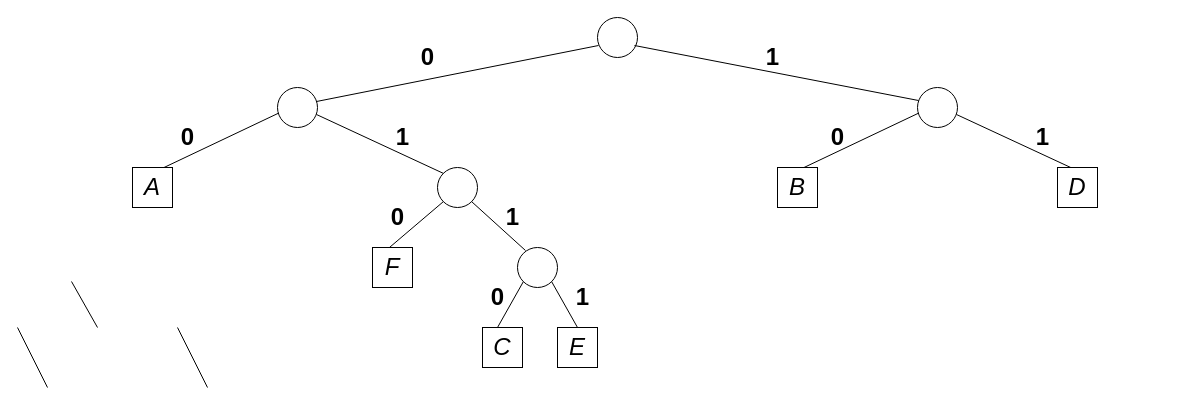
ppoblete/AED keeps this draw.io diagram as prefix-free.drawio. Above is the earlier version. Source tidied: cells renumbered, new cells numbered last; positions are measured from the earlier drawing's top-left corner, leaving out a move shared by most shapes. Both pictures are drawn from the tidied source at 100%, with x=0, y=0 at pixel (17, 17).
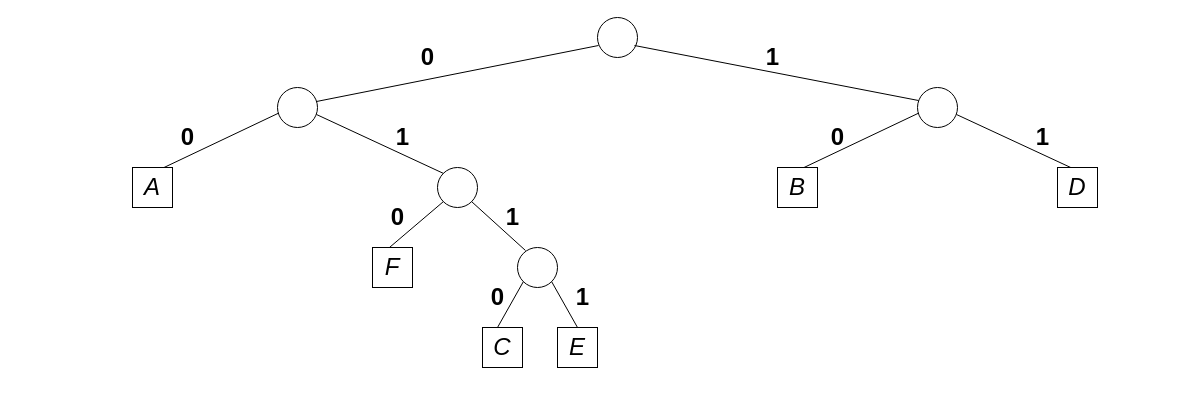
The same page after the edit.

The edit, as a diff of the source:
```diff
@@
-    <mxCell id="2" style="endArrow=none;html=1;entryX=0;entryY=1;entryDx=0;entryDy=0;exitX=0.5;exitY=0;exitDx=0;exitDy=0;" parent="1" edge="1">
-      <mxGeometry relative="1" as="geometry">
-        <mxPoint y="310" as="sourcePoint" />
-        <mxPoint x="30" y="370" as="targetPoint" />
-      </mxGeometry>
-    </mxCell>
-    <mxCell id="3" style="endArrow=none;html=1;entryX=0.5;entryY=0;entryDx=0;entryDy=0;entryPerimeter=0;exitX=1;exitY=1;exitDx=0;exitDy=0;" parent="1" edge="1">
-      <mxGeometry relative="1" as="geometry">
-        <mxPoint x="54" y="264" as="sourcePoint" />
-        <mxPoint x="80" y="310" as="targetPoint" />
-      </mxGeometry>
-    </mxCell>
-    <mxCell id="4" style="endArrow=none;html=1;entryX=0;entryY=1;entryDx=0;entryDy=0;exitX=0.5;exitY=0;exitDx=0;exitDy=0;" parent="1" edge="1">
-      <mxGeometry relative="1" as="geometry">
-        <mxPoint x="160" y="310" as="sourcePoint" />
-        <mxPoint x="190" y="370" as="targetPoint" />
-      </mxGeometry>
-    </mxCell>
```
